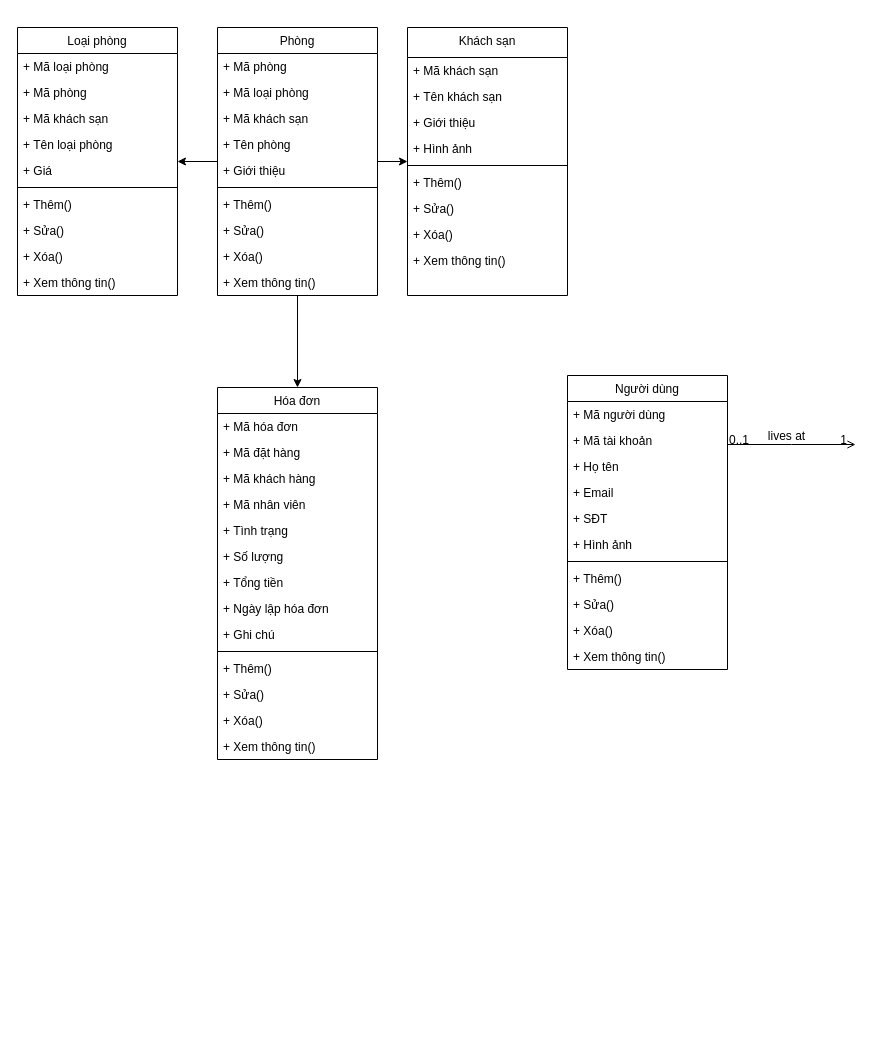
This is QLKS.drawio from sil-main-coo/classrooms_manager, a draw.io file, before an edit. Source tidied: cells renumbered, new cells numbered last; positions are measured from the earlier drawing's top-left corner, leaving out a move shared by most shapes. Both pictures are drawn from the tidied source at 100%, with x=0, y=0 at pixel (17, 27).
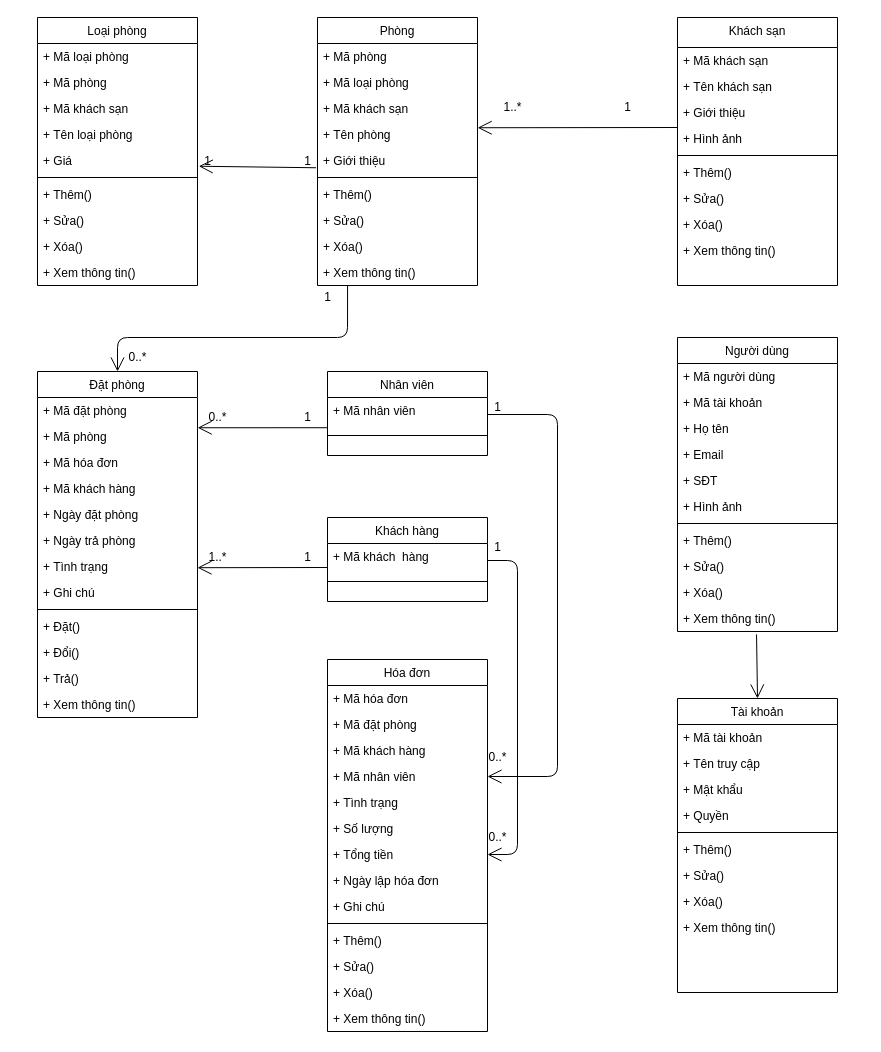
The same diagram, later.

The change refers to these unchanged cells:
```xml
<mxCell id="13" value="+ Tên phòng" style="text;align=left;verticalAlign=top;spacingLeft=4;spacingRight=4;overflow=hidden;points=[[0,0.5],[1,0.5]];portConstraint=eastwest;rounded=0;shadow=0;html=0;" parent="9" vertex="1">
  <mxGeometry y="104" width="160" height="26" as="geometry" />
</mxCell>
<mxCell id="14" value="+ Giới thiệu" style="text;align=left;verticalAlign=top;spacingLeft=4;spacingRight=4;overflow=hidden;points=[[0,0.5],[1,0.5]];portConstraint=eastwest;rounded=0;shadow=0;html=0;" parent="9" vertex="1">
  <mxGeometry y="130" width="160" height="26" as="geometry" />
</mxCell>
<mxCell id="19" value="+ Xem thông tin()" style="text;align=left;verticalAlign=top;spacingLeft=4;spacingRight=4;overflow=hidden;points=[[0,0.5],[1,0.5]];portConstraint=eastwest;" parent="9" vertex="1">
  <mxGeometry y="242" width="160" height="26" as="geometry" />
</mxCell>
<mxCell id="24" value="+ Hình ảnh" style="text;align=left;verticalAlign=top;spacingLeft=4;spacingRight=4;overflow=hidden;points=[[0,0.5],[1,0.5]];portConstraint=eastwest;rounded=0;shadow=0;html=0;" parent="20" vertex="1">
  <mxGeometry y="108" width="160" height="26" as="geometry" />
</mxCell>
<mxCell id="35" value="+ Giá" style="text;align=left;verticalAlign=top;spacingLeft=4;spacingRight=4;overflow=hidden;points=[[0,0.5],[1,0.5]];portConstraint=eastwest;rounded=0;shadow=0;html=0;" parent="30" vertex="1">
  <mxGeometry y="130" width="160" height="26" as="geometry" />
</mxCell>
<mxCell id="45" value="+ Mã nhân viên" style="text;align=left;verticalAlign=top;spacingLeft=4;spacingRight=4;overflow=hidden;points=[[0,0.5],[1,0.5]];portConstraint=eastwest;" parent="41" vertex="1">
  <mxGeometry y="104" width="160" height="26" as="geometry" />
</mxCell>
<mxCell id="48" value="+ Tổng tiền" style="text;align=left;verticalAlign=top;spacingLeft=4;spacingRight=4;overflow=hidden;points=[[0,0.5],[1,0.5]];portConstraint=eastwest;rounded=0;shadow=0;html=0;" parent="41" vertex="1">
  <mxGeometry y="182" width="160" height="26" as="geometry" />
</mxCell>
<mxCell id="67" value="+ Xem thông tin()" style="text;align=left;verticalAlign=top;spacingLeft=4;spacingRight=4;overflow=hidden;points=[[0,0.5],[1,0.5]];portConstraint=eastwest;" parent="56" vertex="1">
  <mxGeometry y="268" width="160" height="26" as="geometry" />
</mxCell>
```

What changed in the source:
```diff
@@
-    <mxCell id="2" style="endArrow=open;shadow=0;strokeWidth=1;rounded=0;endFill=1;edgeStyle=elbowEdgeStyle;elbow=vertical;" parent="1" edge="1" source="56">
-      <mxGeometry x="0.5" y="41" relative="1" as="geometry">
-        <mxPoint x="838" y="417" as="targetPoint" />
-        <mxPoint x="-40" y="32" as="offset" />
-      </mxGeometry>
-    </mxCell>
-    <mxCell id="3" value="0..1" style="align=left;verticalAlign=bottom;labelBackgroundColor=none;fontSize=12;" parent="2" vertex="1">
-      <mxGeometry x="-1" relative="1" as="geometry">
-        <mxPoint y="4" as="offset" />
-      </mxGeometry>
-    </mxCell>
-    <mxCell id="4" value="1" style="align=right;verticalAlign=bottom;labelBackgroundColor=none;fontSize=12;" parent="2" vertex="1">
-      <mxGeometry x="1" relative="1" as="geometry">
-        <mxPoint x="-7" y="4" as="offset" />
-      </mxGeometry>
-    </mxCell>
-    <mxCell id="5" value="lives at" style="text;html=1;align=center;verticalAlign=middle;labelBackgroundColor=none;rounded=0;shadow=0;strokeWidth=1;fontSize=12;" parent="2" vertex="1">
-      <mxGeometry x="0.5" y="49" relative="1" as="geometry">
-        <mxPoint x="-38" y="40" as="offset" />
-      </mxGeometry>
-    </mxCell>
-    <mxCell id="6" style="edgeStyle=orthogonalEdgeStyle;rounded=0;jettySize=auto;html=1;" parent="1" edge="1" source="9" target="20">
-      <mxGeometry relative="1" as="geometry" />
-    </mxCell>
-    <mxCell id="7" style="edgeStyle=orthogonalEdgeStyle;rounded=0;jettySize=auto;html=1;" parent="1" edge="1" source="9" target="30">
-      <mxGeometry relative="1" as="geometry" />
-    </mxCell>
-    <mxCell id="8" style="edgeStyle=orthogonalEdgeStyle;rounded=0;jettySize=auto;html=1;" parent="1" edge="1" source="9" target="41">
-      <mxGeometry relative="1" as="geometry" />
-    </mxCell>
     <mxCell id="9" value="Phòng" style="swimlane;fontStyle=0;align=center;verticalAlign=top;horizontal=1;startSize=26;rounded=0;shadow=0;strokeWidth=1;" parent="1" vertex="1">
-      <mxGeometry x="200" width="160" height="268" as="geometry" />
+      <mxGeometry x="300" y="-10" width="160" height="268" as="geometry" />
     </mxCell>
@@
     <mxCell id="20" value="Khách sạn" style="swimlane;fontStyle=0;align=center;verticalAlign=top;horizontal=1;startSize=30;rounded=0;shadow=0;strokeWidth=1;" parent="1" vertex="1">
-      <mxGeometry x="390" width="160" height="268" as="geometry" />
+      <mxGeometry x="660" y="-10" width="160" height="268" as="geometry" />
     </mxCell>
@@
     <mxCell id="30" value="Loại phòng" style="swimlane;fontStyle=0;align=center;verticalAlign=top;horizontal=1;startSize=26;rounded=0;shadow=0;strokeWidth=1;" parent="1" vertex="1">
-      <mxGeometry width="160" height="268" as="geometry" />
+      <mxGeometry x="20" y="-10" width="160" height="268" as="geometry" />
     </mxCell>
@@
     <mxCell id="41" value="Hóa đơn" style="swimlane;fontStyle=0;align=center;verticalAlign=top;horizontal=1;startSize=26;rounded=0;shadow=0;strokeWidth=1;" parent="1" vertex="1">
-      <mxGeometry x="200" y="360" width="160" height="372" as="geometry" />
+      <mxGeometry x="310" y="632" width="160" height="372" as="geometry" />
     </mxCell>
@@
-    <mxCell id="43" value="+ Mã đặt hàng" style="text;align=left;verticalAlign=top;spacingLeft=4;spacingRight=4;overflow=hidden;" parent="41" vertex="1">
+    <mxCell id="43" value="+ Mã đặt phòng" style="text;align=left;verticalAlign=top;spacingLeft=4;spacingRight=4;overflow=hidden;" parent="41" vertex="1">
       <mxGeometry y="52" width="160" height="26" as="geometry" />
     </mxCell>
@@
     <mxCell id="56" value="Người dùng" style="swimlane;fontStyle=0;align=center;verticalAlign=top;horizontal=1;startSize=26;rounded=0;shadow=0;strokeWidth=1;" parent="1" vertex="1">
-      <mxGeometry x="550" y="348" width="160" height="294" as="geometry" />
+      <mxGeometry x="660" y="310" width="160" height="294" as="geometry" />
     </mxCell>
@@
+    <mxCell id="68" value="Đặt phòng" style="swimlane;fontStyle=0;align=center;verticalAlign=top;horizontal=1;startSize=26;rounded=0;shadow=0;strokeWidth=1;" parent="1" vertex="1">
+      <mxGeometry x="20" y="344" width="160" height="346" as="geometry" />
+    </mxCell>
+    <mxCell id="69" value="+ Mã đặt phòng" style="text;align=left;verticalAlign=top;spacingLeft=4;spacingRight=4;overflow=hidden;" parent="68" vertex="1">
+      <mxGeometry y="26" width="160" height="26" as="geometry" />
+    </mxCell>
+    <mxCell id="70" value="+ Mã phòng" style="text;align=left;verticalAlign=top;spacingLeft=4;spacingRight=4;overflow=hidden;points=[[0,0.5],[1,0.5]];portConstraint=eastwest;" parent="68" vertex="1">
+      <mxGeometry y="52" width="160" height="26" as="geometry" />
+    </mxCell>
+    <mxCell id="71" value="+ Mã hóa đơn" style="text;align=left;verticalAlign=top;spacingLeft=4;spacingRight=4;overflow=hidden;" parent="68" vertex="1">
+      <mxGeometry y="78" width="160" height="26" as="geometry" />
+    </mxCell>
+    <mxCell id="72" value="+ Mã khách hàng" style="text;align=left;verticalAlign=top;spacingLeft=4;spacingRight=4;overflow=hidden;" parent="68" vertex="1">
+      <mxGeometry y="104" width="160" height="26" as="geometry" />
+    </mxCell>
+    <mxCell id="73" value="+ Ngày đặt phòng" style="text;align=left;verticalAlign=top;spacingLeft=4;spacingRight=4;overflow=hidden;" parent="68" vertex="1">
+      <mxGeometry y="130" width="160" height="26" as="geometry" />
+    </mxCell>
+    <mxCell id="74" value="+ Ngày trả phòng" style="text;align=left;verticalAlign=top;spacingLeft=4;spacingRight=4;overflow=hidden;rounded=0;shadow=0;html=0;" parent="68" vertex="1">
+      <mxGeometry y="156" width="160" height="26" as="geometry" />
+    </mxCell>
+    <mxCell id="75" value="+ Tình trạng" style="text;align=left;verticalAlign=top;spacingLeft=4;spacingRight=4;overflow=hidden;rounded=0;shadow=0;html=0;" parent="68" vertex="1">
+      <mxGeometry y="182" width="160" height="26" as="geometry" />
+    </mxCell>
+    <mxCell id="76" value="+ Ghi chú" style="text;align=left;verticalAlign=top;spacingLeft=4;spacingRight=4;overflow=hidden;rounded=0;shadow=0;html=0;" parent="68" vertex="1">
+      <mxGeometry y="208" width="160" height="26" as="geometry" />
+    </mxCell>
+    <mxCell id="77" style="line;html=1;strokeWidth=1;align=left;verticalAlign=middle;spacingTop=-1;spacingLeft=3;spacingRight=3;labelPosition=right;" parent="68" vertex="1">
+      <mxGeometry y="234" width="160" height="8" as="geometry" />
+    </mxCell>
+    <mxCell id="78" value="+ Đặt()" style="text;align=left;verticalAlign=top;spacingLeft=4;spacingRight=4;overflow=hidden;" parent="68" vertex="1">
+      <mxGeometry y="242" width="160" height="26" as="geometry" />
+    </mxCell>
+    <mxCell id="79" value="+ Đổi()" style="text;align=left;verticalAlign=top;spacingLeft=4;spacingRight=4;overflow=hidden;" parent="68" vertex="1">
+      <mxGeometry y="268" width="160" height="26" as="geometry" />
+    </mxCell>
+    <mxCell id="80" value="+ Trả()" style="text;align=left;verticalAlign=top;spacingLeft=4;spacingRight=4;overflow=hidden;" parent="68" vertex="1">
+      <mxGeometry y="294" width="160" height="26" as="geometry" />
+    </mxCell>
+    <mxCell id="81" value="+ Xem thông tin()" style="text;align=left;verticalAlign=top;spacingLeft=4;spacingRight=4;overflow=hidden;" parent="68" vertex="1">
+      <mxGeometry y="320" width="160" height="26" as="geometry" />
+    </mxCell>
+    <mxCell id="82" value="Tài khoản" style="swimlane;fontStyle=0;align=center;verticalAlign=top;horizontal=1;startSize=26;rounded=0;shadow=0;strokeWidth=1;" parent="1" vertex="1">
+      <mxGeometry x="660" y="671" width="160" height="294" as="geometry" />
+    </mxCell>
+    <mxCell id="83" value="+ Mã tài khoản" style="text;align=left;verticalAlign=top;spacingLeft=4;spacingRight=4;overflow=hidden;" parent="82" vertex="1">
+      <mxGeometry y="26" width="160" height="26" as="geometry" />
+    </mxCell>
+    <mxCell id="84" value="+ Tên truy cập" style="text;align=left;verticalAlign=top;spacingLeft=4;spacingRight=4;overflow=hidden;" parent="82" vertex="1">
+      <mxGeometry y="52" width="160" height="26" as="geometry" />
+    </mxCell>
+    <mxCell id="85" value="+ Mật khẩu" style="text;align=left;verticalAlign=top;spacingLeft=4;spacingRight=4;overflow=hidden;" parent="82" vertex="1">
+      <mxGeometry y="78" width="160" height="26" as="geometry" />
+    </mxCell>
+    <mxCell id="86" value="+ Quyền" style="text;align=left;verticalAlign=top;spacingLeft=4;spacingRight=4;overflow=hidden;rounded=0;shadow=0;html=0;" parent="82" vertex="1">
+      <mxGeometry y="104" width="160" height="26" as="geometry" />
+    </mxCell>
+    <mxCell id="87" style="line;html=1;strokeWidth=1;align=left;verticalAlign=middle;spacingTop=-1;spacingLeft=3;spacingRight=3;labelPosition=right;" parent="82" vertex="1">
+      <mxGeometry y="130" width="160" height="8" as="geometry" />
+    </mxCell>
+    <mxCell id="88" value="+ Thêm()" style="text;align=left;verticalAlign=top;spacingLeft=4;spacingRight=4;overflow=hidden;" parent="82" vertex="1">
+      <mxGeometry y="138" width="160" height="26" as="geometry" />
+    </mxCell>
+    <mxCell id="89" value="+ Sửa()" style="text;align=left;verticalAlign=top;spacingLeft=4;spacingRight=4;overflow=hidden;" parent="82" vertex="1">
+      <mxGeometry y="164" width="160" height="26" as="geometry" />
+    </mxCell>
+    <mxCell id="90" value="+ Xóa()" style="text;align=left;verticalAlign=top;spacingLeft=4;spacingRight=4;overflow=hidden;" parent="82" vertex="1">
+      <mxGeometry y="190" width="160" height="26" as="geometry" />
+    </mxCell>
+    <mxCell id="91" value="+ Xem thông tin()" style="text;align=left;verticalAlign=top;spacingLeft=4;spacingRight=4;overflow=hidden;" parent="82" vertex="1">
+      <mxGeometry y="216" width="160" height="26" as="geometry" />
+    </mxCell>
+    <mxCell id="92" value="Nhân viên" style="swimlane;fontStyle=0;align=center;verticalAlign=top;horizontal=1;startSize=26;rounded=0;shadow=0;strokeWidth=1;" parent="1" vertex="1">
+      <mxGeometry x="310" y="344" width="160" height="84" as="geometry" />
+    </mxCell>
+    <mxCell id="93" value="+ Mã nhân viên" style="text;align=left;verticalAlign=top;spacingLeft=4;spacingRight=4;overflow=hidden;points=[[0,0.5],[1,0.5]];portConstraint=eastwest;" parent="92" vertex="1">
+      <mxGeometry y="26" width="160" height="34" as="geometry" />
+    </mxCell>
+    <mxCell id="94" style="line;html=1;strokeWidth=1;align=left;verticalAlign=middle;spacingTop=-1;spacingLeft=3;spacingRight=3;labelPosition=right;" parent="92" vertex="1">
+      <mxGeometry y="60" width="160" height="8" as="geometry" />
+    </mxCell>
+    <mxCell id="95" value="Khách hàng" style="swimlane;fontStyle=0;align=center;verticalAlign=top;horizontal=1;startSize=26;rounded=0;shadow=0;strokeWidth=1;" parent="1" vertex="1">
+      <mxGeometry x="310" y="490" width="160" height="84" as="geometry" />
+    </mxCell>
+    <mxCell id="96" value="+ Mã khách  hàng" style="text;align=left;verticalAlign=top;spacingLeft=4;spacingRight=4;overflow=hidden;points=[[0,0.5],[1,0.5]];portConstraint=eastwest;" parent="95" vertex="1">
+      <mxGeometry y="26" width="160" height="34" as="geometry" />
+    </mxCell>
+    <mxCell id="97" style="line;html=1;strokeWidth=1;align=left;verticalAlign=middle;spacingTop=-1;spacingLeft=3;spacingRight=3;labelPosition=right;" parent="95" vertex="1">
+      <mxGeometry y="60" width="160" height="8" as="geometry" />
+    </mxCell>
+    <mxCell id="98" style="group;" parent="1" vertex="1">
+      <mxGeometry x="480" y="70" width="160" height="20" as="geometry" />
+    </mxCell>
+    <mxCell id="99" value="1" style="text;html=1;align=center;verticalAlign=middle;strokeColor=none;fontColor=#000000;" parent="98" vertex="1">
+      <mxGeometry x="120" width="20" height="20" as="geometry" />
+    </mxCell>
+    <mxCell id="100" value="1..*" style="text;html=1;align=center;verticalAlign=middle;strokeColor=none;fontColor=#000000;" parent="98" vertex="1">
+      <mxGeometry width="30" height="20" as="geometry" />
+    </mxCell>
+    <mxCell id="101" value="1" style="text;html=1;align=center;verticalAlign=middle;strokeColor=none;fontColor=#000000;" parent="1" vertex="1">
+      <mxGeometry x="180" y="124" width="20" height="20" as="geometry" />
+    </mxCell>
+    <mxCell id="102" value="1" style="text;html=1;align=center;verticalAlign=middle;strokeColor=none;fontColor=#000000;" parent="1" vertex="1">
+      <mxGeometry x="280" y="124" width="20" height="20" as="geometry" />
+    </mxCell>
+    <mxCell id="103" style="endArrow=open;endFill=1;endSize=12;html=1;labelBackgroundColor=#FF0000;fontColor=#000000;entryX=1.008;entryY=0.721;entryDx=0;entryDy=0;exitX=-0.009;exitY=0.779;exitDx=0;exitDy=0;exitPerimeter=0;entryPerimeter=0;" parent="1" edge="1" source="14" target="35">
+      <mxGeometry relative="1" as="geometry" />
+    </mxCell>
+    <mxCell id="104" style="endArrow=open;endFill=1;endSize=12;html=1;labelBackgroundColor=#FF0000;fontColor=#000000;entryX=0.5;entryY=0;entryDx=0;entryDy=0;exitX=0.188;exitY=1.001;exitDx=0;exitDy=0;exitPerimeter=0;" parent="1" edge="1" source="19" target="68">
+      <mxGeometry relative="1" as="geometry">
+        <Array as="points">
+          <mxPoint x="330" y="310" />
+          <mxPoint x="100" y="310" />
+        </Array>
+      </mxGeometry>
+    </mxCell>
+    <mxCell id="105" value="1" style="text;html=1;align=center;verticalAlign=middle;strokeColor=none;fontColor=#000000;" parent="1" vertex="1">
+      <mxGeometry x="300" y="260" width="20" height="20" as="geometry" />
+    </mxCell>
+    <mxCell id="106" value="0..*" style="text;html=1;align=center;verticalAlign=middle;strokeColor=none;fontColor=#000000;" parent="1" vertex="1">
+      <mxGeometry x="105" y="320" width="30" height="20" as="geometry" />
+    </mxCell>
+    <mxCell id="107" style="endArrow=open;endFill=1;endSize=12;html=1;labelBackgroundColor=#FF0000;fontColor=#000000;exitX=0;exitY=0.077;exitDx=0;exitDy=0;entryX=1.001;entryY=0.24;entryDx=0;entryDy=0;entryPerimeter=0;exitPerimeter=0;" parent="1" edge="1" source="24" target="13">
+      <mxGeometry relative="1" as="geometry" />
+    </mxCell>
+    <mxCell id="108" style="endArrow=open;endFill=1;endSize=12;html=1;labelBackgroundColor=#FF0000;fontColor=#000000;entryX=0.5;entryY=0;entryDx=0;entryDy=0;exitX=0.494;exitY=1.112;exitDx=0;exitDy=0;exitPerimeter=0;" parent="1" edge="1" source="67" target="82">
+      <mxGeometry relative="1" as="geometry" />
+    </mxCell>
+    <mxCell id="109" style="endArrow=open;endFill=1;endSize=12;html=1;labelBackgroundColor=#FF0000;fontColor=#000000;entryX=1.001;entryY=0.163;entryDx=0;entryDy=0;entryPerimeter=0;exitX=0.001;exitY=0.889;exitDx=0;exitDy=0;exitPerimeter=0;" parent="1" edge="1" source="93" target="70">
+      <mxGeometry relative="1" as="geometry" />
+    </mxCell>
+    <mxCell id="110" value="1" style="text;html=1;align=center;verticalAlign=middle;strokeColor=none;fontColor=#000000;" parent="1" vertex="1">
+      <mxGeometry x="280" y="380" width="20" height="20" as="geometry" />
+    </mxCell>
+    <mxCell id="111" value="0..*" style="text;html=1;align=center;verticalAlign=middle;strokeColor=none;fontColor=#000000;" parent="1" vertex="1">
+      <mxGeometry x="185" y="380" width="30" height="20" as="geometry" />
+    </mxCell>
+    <mxCell id="112" style="endArrow=open;endFill=1;endSize=12;html=1;labelBackgroundColor=#FF0000;fontColor=#000000;entryX=1.001;entryY=0.163;entryDx=0;entryDy=0;entryPerimeter=0;" parent="1" edge="1">
+      <mxGeometry relative="1" as="geometry">
+        <mxPoint x="310" y="540" as="sourcePoint" />
+        <mxPoint x="180" y="540.2" as="targetPoint" />
+      </mxGeometry>
+    </mxCell>
+    <mxCell id="113" value="1" style="text;html=1;align=center;verticalAlign=middle;strokeColor=none;fontColor=#000000;" parent="1" vertex="1">
+      <mxGeometry x="279.8" y="520" width="20" height="20" as="geometry" />
+    </mxCell>
+    <mxCell id="114" value="1..*" style="text;html=1;align=center;verticalAlign=middle;strokeColor=none;fontColor=#000000;" parent="1" vertex="1">
+      <mxGeometry x="184.8" y="520" width="30" height="20" as="geometry" />
+    </mxCell>
+    <mxCell id="115" style="endArrow=open;endFill=1;endSize=12;html=1;labelBackgroundColor=#FF0000;fontColor=#000000;exitX=1;exitY=0.5;exitDx=0;exitDy=0;entryX=1;entryY=0.5;entryDx=0;entryDy=0;" parent="1" edge="1" source="93" target="45">
+      <mxGeometry relative="1" as="geometry">
+        <Array as="points">
+          <mxPoint x="540" y="387" />
+          <mxPoint x="540" y="749" />
+        </Array>
+      </mxGeometry>
+    </mxCell>
+    <mxCell id="116" style="endArrow=open;endFill=1;endSize=12;html=1;labelBackgroundColor=#FF0000;fontColor=#000000;exitX=1;exitY=0.5;exitDx=0;exitDy=0;entryX=1;entryY=0.5;entryDx=0;entryDy=0;" parent="1" edge="1" source="96" target="48">
+      <mxGeometry relative="1" as="geometry">
+        <Array as="points">
+          <mxPoint x="500" y="533" />
+          <mxPoint x="500" y="827" />
+        </Array>
+      </mxGeometry>
+    </mxCell>
+    <mxCell id="117" value="1" style="text;html=1;align=center;verticalAlign=middle;strokeColor=none;fontColor=#000000;" parent="1" vertex="1">
+      <mxGeometry x="470" y="370" width="20" height="20" as="geometry" />
+    </mxCell>
+    <mxCell id="118" value="1" style="text;html=1;align=center;verticalAlign=middle;strokeColor=none;fontColor=#000000;" parent="1" vertex="1">
+      <mxGeometry x="470" y="510" width="20" height="20" as="geometry" />
+    </mxCell>
+    <mxCell id="119" value="0..*" style="text;html=1;align=center;verticalAlign=middle;strokeColor=none;fontColor=#000000;" parent="1" vertex="1">
+      <mxGeometry x="465" y="720" width="30" height="20" as="geometry" />
+    </mxCell>
+    <mxCell id="120" value="0..*" style="text;html=1;align=center;verticalAlign=middle;strokeColor=none;fontColor=#000000;" parent="1" vertex="1">
+      <mxGeometry x="465" y="800" width="30" height="20" as="geometry" />
+    </mxCell>
```
